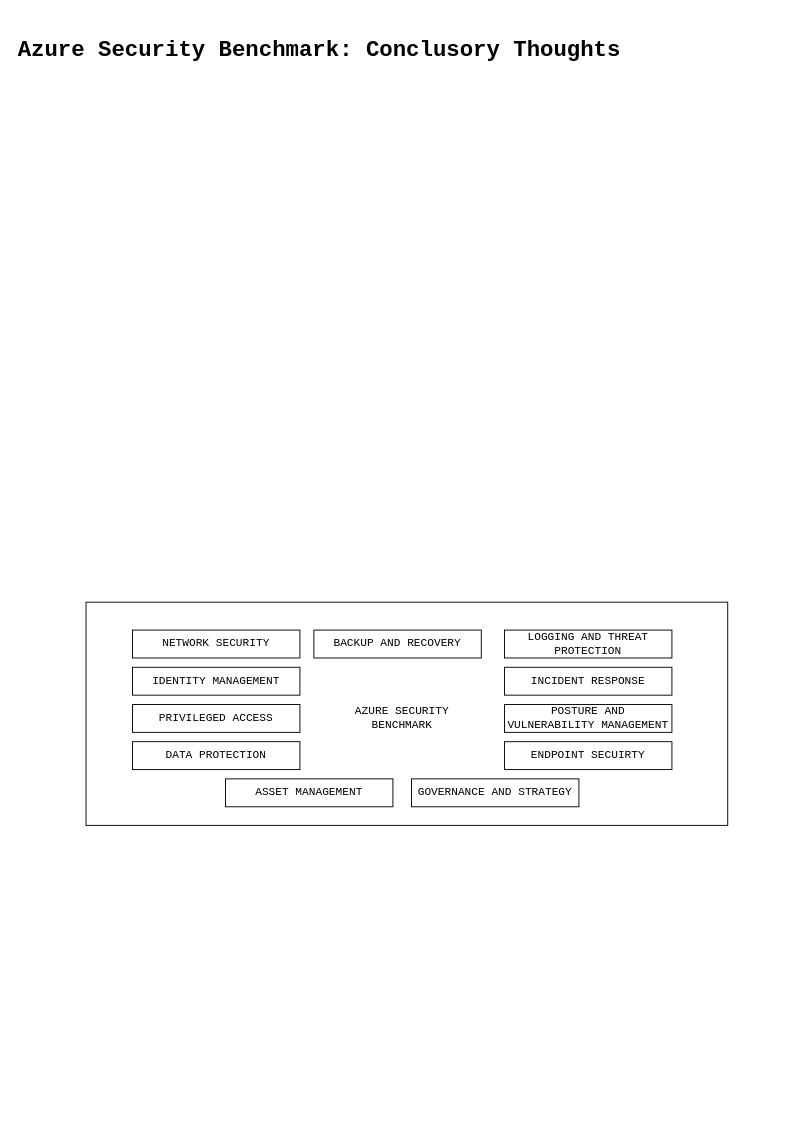
Earlier version of the draw.io diagram page "Azure Security Benchmark Conclusion" (13 of 14) of Cloud/Infrastructure_Security.drawio (hmahmood2351/Home_Labs). Source tidied: cells renumbered, new cells numbered last; positions are measured from the earlier drawing's top-left corner, leaving out a move shared by most shapes. Both pictures are drawn from the tidied source at 93%, with x=0, y=0 at pixel (16, 16).
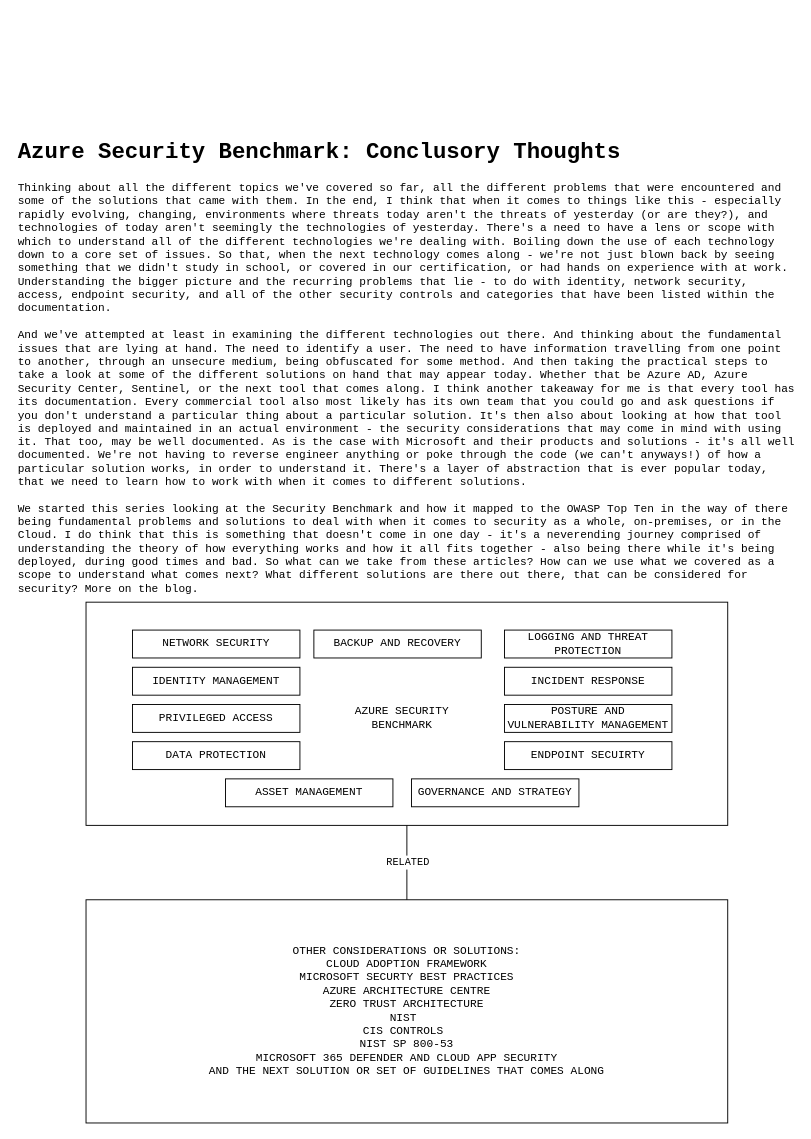
The same page after the edit.

What changed in the source:
```diff
@@
-    <mxCell id="2" value="&lt;h1 style=&quot;color: rgb(0 , 0 , 0) ; font-family: &amp;#34;courier new&amp;#34; ; font-style: normal ; letter-spacing: normal ; text-align: left ; text-indent: 0px ; text-transform: none ; word-spacing: 0px&quot;&gt;Azure Security Benchmark: Conclusory Thoughts&lt;/h1&gt;&lt;div&gt;&lt;br&gt;&lt;/div&gt;&lt;div&gt;&lt;br&gt;&lt;/div&gt;&lt;div&gt;&lt;br&gt;&lt;/div&gt;&lt;div&gt;&amp;nbsp;&lt;/div&gt;&lt;span style=&quot;text-align: center&quot;&gt;&lt;br&gt;&lt;/span&gt;&lt;div&gt;&lt;br&gt;&lt;/div&gt;&lt;div&gt;&lt;br&gt;&lt;/div&gt;" style="text;html=1;fontFamily=Courier New;labelBackgroundColor=none;verticalAlign=top;whiteSpace=wrap;" parent="1" vertex="1">
-      <mxGeometry width="838" height="560" as="geometry" />
+    <mxCell id="2" value="&lt;h1 style=&quot;color: rgb(0 , 0 , 0) ; font-family: &amp;#34;courier new&amp;#34; ; font-style: normal ; letter-spacing: normal ; text-align: left ; text-indent: 0px ; text-transform: none ; word-spacing: 0px&quot;&gt;Azure Security Benchmark: Conclusory Thoughts&lt;/h1&gt;&lt;div&gt;Thinking about all the different topics we've covered so far, all the different problems that were encountered and some of the solutions that came with them. In the end, I think that when it comes to things like this - especially rapidly evolving, changing, environments where threats today aren't the threats of yesterday (or are they?), and technologies of today aren't seemingly the technologies of yesterday. There's a need to have a lens or scope with which to understand all of the different technologies we're dealing with. Boiling down the use of each technology down to a core set of issues. So that, when the next technology comes along - we're not just blown back by seeing something that we didn't study in school, or covered in our certification, or had hands on experience with at work. Understanding the bigger picture and the recurring problems that lie - to do with identity, network security, access, endpoint security, and all of the other security controls and categories that have been listed within the documentation.&lt;/div&gt;&lt;div&gt;&lt;br&gt;&lt;/div&gt;&lt;div&gt;And we've attempted at least in examining the different technologies out there. And thinking about the fundamental issues that are lying at hand. The need to identify a user. The need to have information travelling from one point to another, through an unsecure medium, being obfuscated for some method. And then taking the practical steps to take a look at some of the different solutions on hand that may appear today. Whether that be Azure AD, Azure Security Center, Sentinel, or the next tool that comes along. I think another takeaway for me is that every tool has its documentation. Every commercial tool also most likely has its own team that you could go and ask questions if you don't understand a particular thing about a particular solution. It's then also about looking at how that tool is deployed and maintained in an actual environment - the security considerations that may come in mind with using it. That too, may be well documented. As is the case with Microsoft and their products and solutions - it's all well documented. We're not having to reverse engineer anything or poke through the code (we can't anyways!) of how a particular solution works, in order to understand it. There's a layer of abstraction that is ever popular today, that we need to learn how to work with when it comes to different solutions.&lt;/div&gt;&lt;div&gt;&lt;br&gt;&lt;/div&gt;&lt;div&gt;We started this series looking at the Security Benchmark and how it mapped to the OWASP Top Ten in the way of there being fundamental problems and solutions to deal with when it comes to security as a whole, on-premises, or in the Cloud. I do think that this is something that doesn't come in one day - it's a neverending journey comprised of understanding the theory of how everything works and how it all fits together - also being there while it's being deployed, during good times and bad. So what can we take from these articles? How can we use what we covered as a scope to understand what comes next? What different solutions are there out there, that can be considered for security? More on the blog.&lt;/div&gt;&lt;div&gt;&lt;br&gt;&lt;/div&gt;&lt;div&gt;&lt;br&gt;&lt;/div&gt;&lt;div&gt;&amp;nbsp;&lt;/div&gt;&lt;span style=&quot;text-align: center&quot;&gt;&lt;br&gt;&lt;/span&gt;&lt;div&gt;&lt;br&gt;&lt;/div&gt;&lt;div&gt;&lt;br&gt;&lt;/div&gt;" style="text;html=1;fontFamily=Courier New;labelBackgroundColor=none;verticalAlign=top;whiteSpace=wrap;" parent="1" vertex="1">
+      <mxGeometry y="110" width="838" height="560" as="geometry" />
     </mxCell>
@@
+    <mxCell id="16" value="OTHER CONSIDERATIONS OR SOLUTIONS:&lt;br&gt;CLOUD ADOPTION FRAMEWORK&lt;br&gt;MICROSOFT SECURTY BEST PRACTICES&lt;br&gt;AZURE ARCHITECTURE CENTRE&lt;br&gt;ZERO TRUST ARCHITECTURE&lt;br&gt;NIST&amp;nbsp;&lt;br&gt;CIS CONTROLS&amp;nbsp;&lt;br&gt;NIST SP 800-53&lt;br&gt;MICROSOFT 365 DEFENDER AND CLOUD APP SECURITY&lt;br&gt;AND THE NEXT SOLUTION OR SET OF GUIDELINES THAT COMES ALONG" style="rounded=0;whiteSpace=wrap;html=1;fontFamily=Courier New;" parent="1" vertex="1">
+      <mxGeometry x="75" y="950" width="690" height="240" as="geometry" />
+    </mxCell>
+    <mxCell id="17" style="endArrow=none;html=1;exitX=0.5;exitY=0;exitDx=0;exitDy=0;" parent="1" edge="1" source="16">
+      <mxGeometry relative="1" as="geometry">
+        <mxPoint x="420" y="870" as="targetPoint" />
+      </mxGeometry>
+    </mxCell>
+    <mxCell id="18" value="&lt;font face=&quot;Courier New&quot;&gt;RELATED&lt;/font&gt;" style="edgeLabel;html=1;align=center;verticalAlign=middle;" parent="17" vertex="1">
+      <mxGeometry x="0.42" y="-2" relative="1" as="geometry">
+        <mxPoint x="-2" y="16" as="offset" />
+      </mxGeometry>
+    </mxCell>
```
